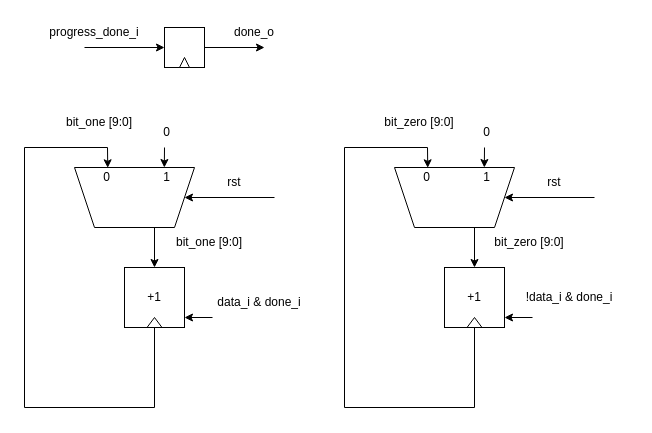
Earlier version of the draw.io diagram Draw/MRELBP_CIModules/ZeroOneCounter.drawio (Hieuueihm/Thesis). Source tidied: cells renumbered, new cells numbered last; positions are measured from the earlier drawing's top-left corner, leaving out a move shared by most shapes. Both pictures are drawn from the tidied source at 100%, with x=0, y=0 at pixel (24, 17).
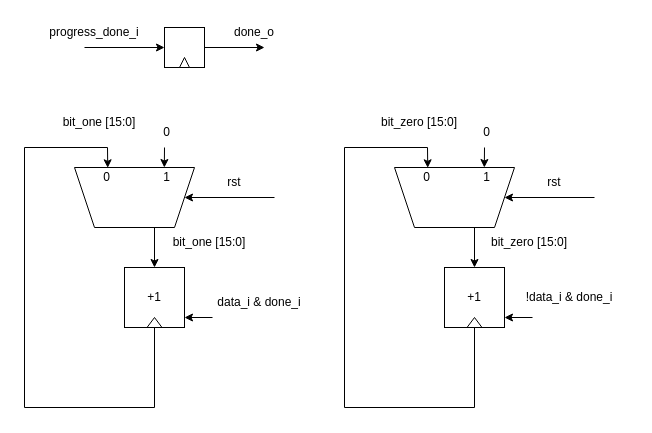
After the change.

Change to the diagram source:
```diff
@@
-    <mxCell id="14" value="bit_one [9:0]" style="text;html=1;align=center;verticalAlign=middle;whiteSpace=wrap;rounded=0;" parent="1" vertex="1">
+    <mxCell id="14" value="bit_one [15:0]" style="text;html=1;align=center;verticalAlign=middle;whiteSpace=wrap;rounded=0;" parent="1" vertex="1">
       <mxGeometry x="30" y="90" width="90" height="30" as="geometry" />
     </mxCell>
-    <mxCell id="15" value="bit_one [9:0]" style="text;html=1;align=center;verticalAlign=middle;whiteSpace=wrap;rounded=0;" parent="1" vertex="1">
+    <mxCell id="15" value="bit_one [15:0]" style="text;html=1;align=center;verticalAlign=middle;whiteSpace=wrap;rounded=0;" parent="1" vertex="1">
       <mxGeometry x="140" y="210" width="90" height="30" as="geometry" />
     </mxCell>
@@
-    <mxCell id="28" value="bit_zero [9:0]" style="text;html=1;align=center;verticalAlign=middle;whiteSpace=wrap;rounded=0;" parent="1" vertex="1">
+    <mxCell id="28" value="bit_zero [15:0]" style="text;html=1;align=center;verticalAlign=middle;whiteSpace=wrap;rounded=0;" parent="1" vertex="1">
       <mxGeometry x="350" y="90" width="90" height="30" as="geometry" />
     </mxCell>
-    <mxCell id="29" value="bit_zero [9:0]" style="text;html=1;align=center;verticalAlign=middle;whiteSpace=wrap;rounded=0;" parent="1" vertex="1">
+    <mxCell id="29" value="bit_zero [15:0]" style="text;html=1;align=center;verticalAlign=middle;whiteSpace=wrap;rounded=0;" parent="1" vertex="1">
       <mxGeometry x="460" y="210" width="90" height="30" as="geometry" />
     </mxCell>
```
